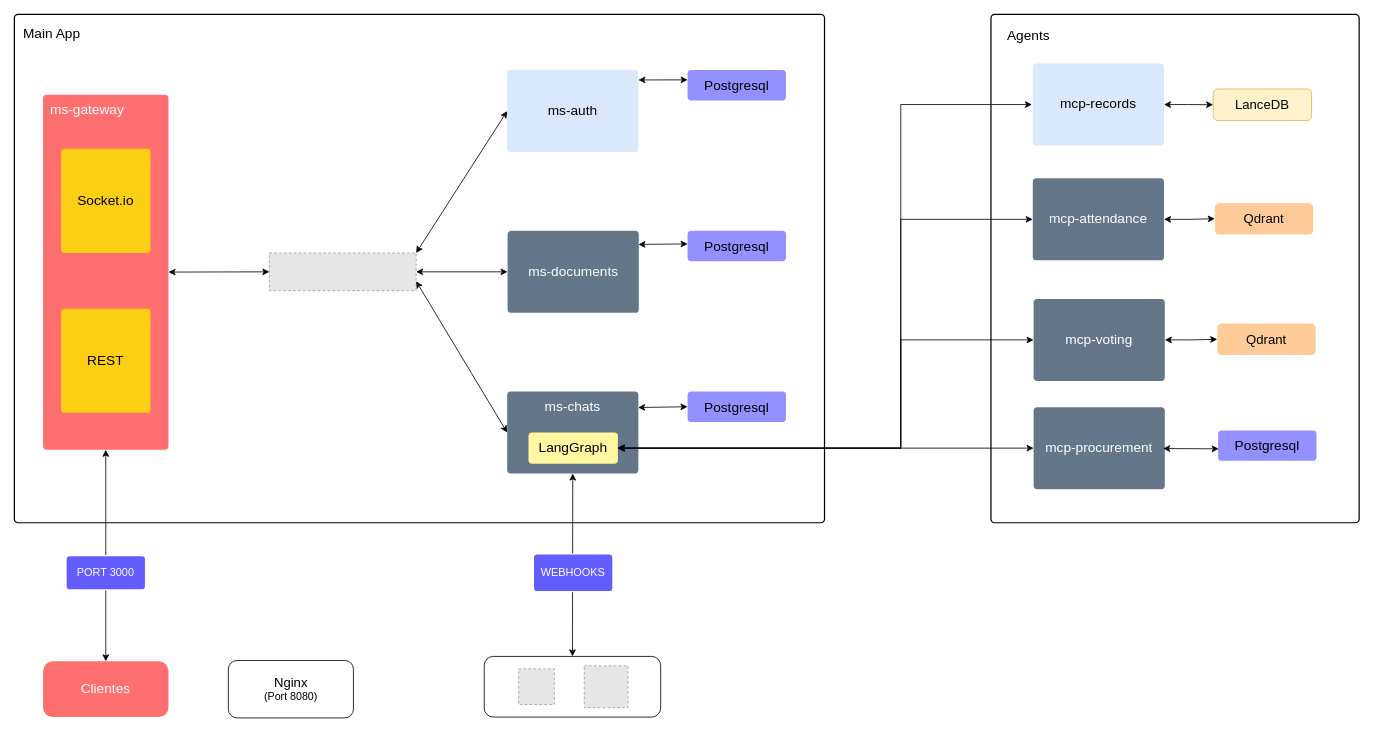
This is others/architecture/z_other.drawio from NahumFGz/tesismaestriauni-launcher, a draw.io file, before an edit. Source tidied: cells renumbered, new cells numbered last; positions are measured from the earlier drawing's top-left corner, leaving out a move shared by most shapes. Both pictures are drawn from the tidied source at 82%, with x=0, y=0 at pixel (14, 14). Pictures stored in the file or linked from it are replaced by grey dashed boxes.
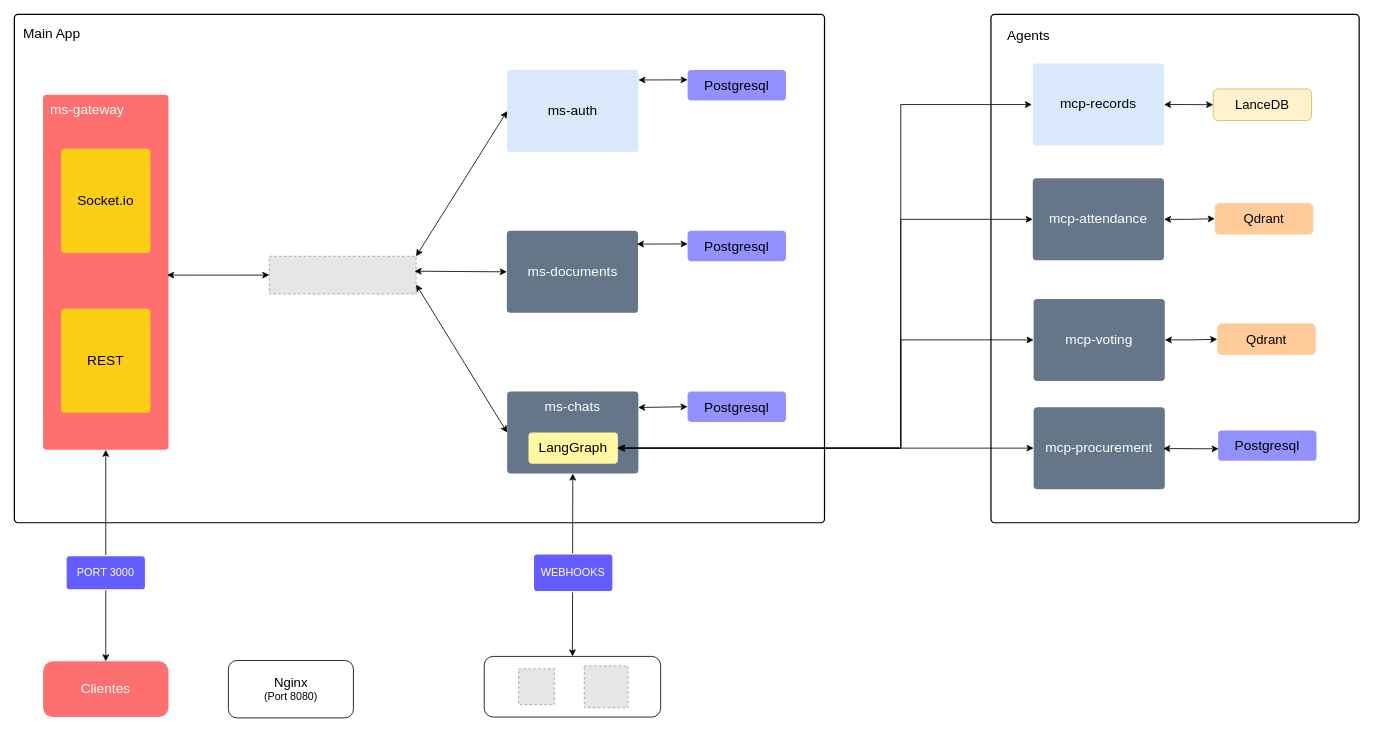
Above is the later version.

Unchanged cells that the change refers to:
```xml
<mxCell id="7" value="ms-gateway" style="html=1;overflow=block;blockSpacing=1;whiteSpace=wrap;fontSize=16.7;fontColor=#ffffff;fontStyle=0;align=left;spacing=9;verticalAlign=top;strokeOpacity=0;fillOpacity=100;rounded=1;absoluteArcSize=1;arcSize=9;fillColor=#fe7070;strokeWidth=1.5;lucidId=-nLctIyqQpKD;" parent="1" vertex="1">
  <mxGeometry x="35" y="98" width="153" height="433" as="geometry" />
</mxCell>
<mxCell id="24" value="Postgresql" style="html=1;overflow=block;blockSpacing=1;whiteSpace=wrap;fontSize=16.7;fontStyle=0;align=center;spacing=9;strokeOpacity=0;fillOpacity=100;rounded=1;absoluteArcSize=1;arcSize=9;fillColor=#9391ff;strokeWidth=1.5;lucidId=7Q5c18RX_lc8;" parent="1" vertex="1">
  <mxGeometry x="821" y="264" width="120" height="37" as="geometry" />
</mxCell>
```

What changed in the source:
```diff
@@
     <mxCell id="23" value="ms-documents" style="html=1;overflow=block;blockSpacing=1;whiteSpace=wrap;fontSize=16.7;fontColor=#ffffff;fontStyle=0;align=center;spacing=9;verticalAlign=middle;strokeOpacity=0;fillOpacity=100;rounded=1;absoluteArcSize=1;arcSize=9;fillColor=#647687;strokeWidth=1.5;lucidId=zFLcMGYKQzSj;strokeColor=#314354;" parent="1" vertex="1">
-      <mxGeometry x="601.5" y="264" width="160" height="100" as="geometry" />
+      <mxGeometry x="600.6" y="264" width="160" height="100" as="geometry" />
     </mxCell>
@@
     <mxCell id="25" style="fillColor=#E6E6E6;strokeColor=#999999;dashed=1;html=1;whiteSpace=wrap;fontSize=13;spacing=0;fontStyle=0;" parent="1" vertex="1">
-      <mxGeometry x="311" y="291" width="179" height="46" as="geometry" />
+      <mxGeometry x="311" y="295" width="179" height="46" as="geometry" />
     </mxCell>
-    <mxCell id="26" style="endArrow=classic;startArrow=classic;html=1;rounded=0;entryX=0;entryY=0.5;entryDx=0;entryDy=0;flowAnimation=1;" parent="1" edge="1" source="7" target="25">
+    <mxCell id="26" style="endArrow=classic;startArrow=classic;html=1;rounded=0;entryX=0;entryY=0.5;entryDx=0;entryDy=0;flowAnimation=1;exitX=0.989;exitY=0.508;exitDx=0;exitDy=0;exitPerimeter=0;" parent="1" edge="1" source="7" target="25">
       <mxGeometry relative="1" as="geometry" />
     </mxCell>
@@
-    <mxCell id="28" style="endArrow=classic;startArrow=classic;html=1;rounded=0;entryX=0;entryY=0.5;entryDx=0;entryDy=0;exitX=1;exitY=0.5;exitDx=0;exitDy=0;flowAnimation=1;" parent="1" edge="1" source="25" target="23">
+    <mxCell id="28" style="endArrow=classic;startArrow=classic;html=1;rounded=0;entryX=0;entryY=0.5;entryDx=0;entryDy=0;exitX=0.989;exitY=0.396;exitDx=0;exitDy=0;flowAnimation=1;exitPerimeter=0;" parent="1" edge="1" source="25" target="23">
       <mxGeometry relative="1" as="geometry" />
     </mxCell>
@@
-    <mxCell id="31" style="endArrow=classic;startArrow=classic;html=1;rounded=0;entryX=0.001;entryY=0.431;entryDx=0;entryDy=0;exitX=0.997;exitY=0.166;exitDx=0;exitDy=0;flowAnimation=1;exitPerimeter=0;entryPerimeter=0;" parent="1" edge="1" source="23" target="24">
+    <mxCell id="31" style="endArrow=classic;startArrow=classic;html=1;rounded=0;entryX=0.001;entryY=0.431;entryDx=0;entryDy=0;exitX=0.991;exitY=0.162;exitDx=0;exitDy=0;flowAnimation=1;exitPerimeter=0;entryPerimeter=0;" parent="1" edge="1" source="23" target="24">
       <mxGeometry relative="1" as="geometry" />
     </mxCell>
```
